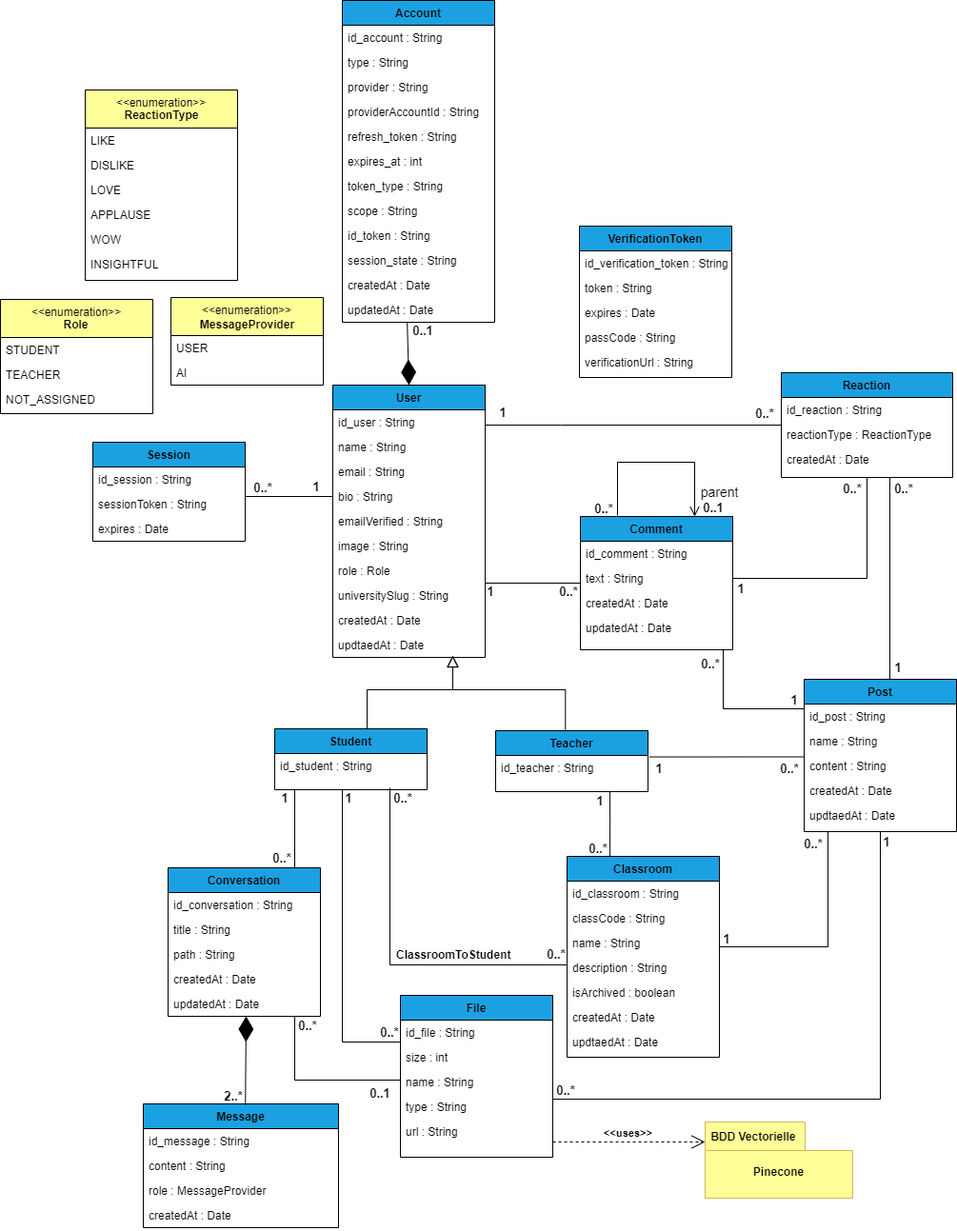
undrstnd-labs/education keeps this draw.io diagram as docs/images/chp4/fig6.png. Above is the earlier version. Source tidied: cells renumbered, new cells last; positions are measured from the earlier drawing's top-left corner, leaving out a move shared by most shapes.
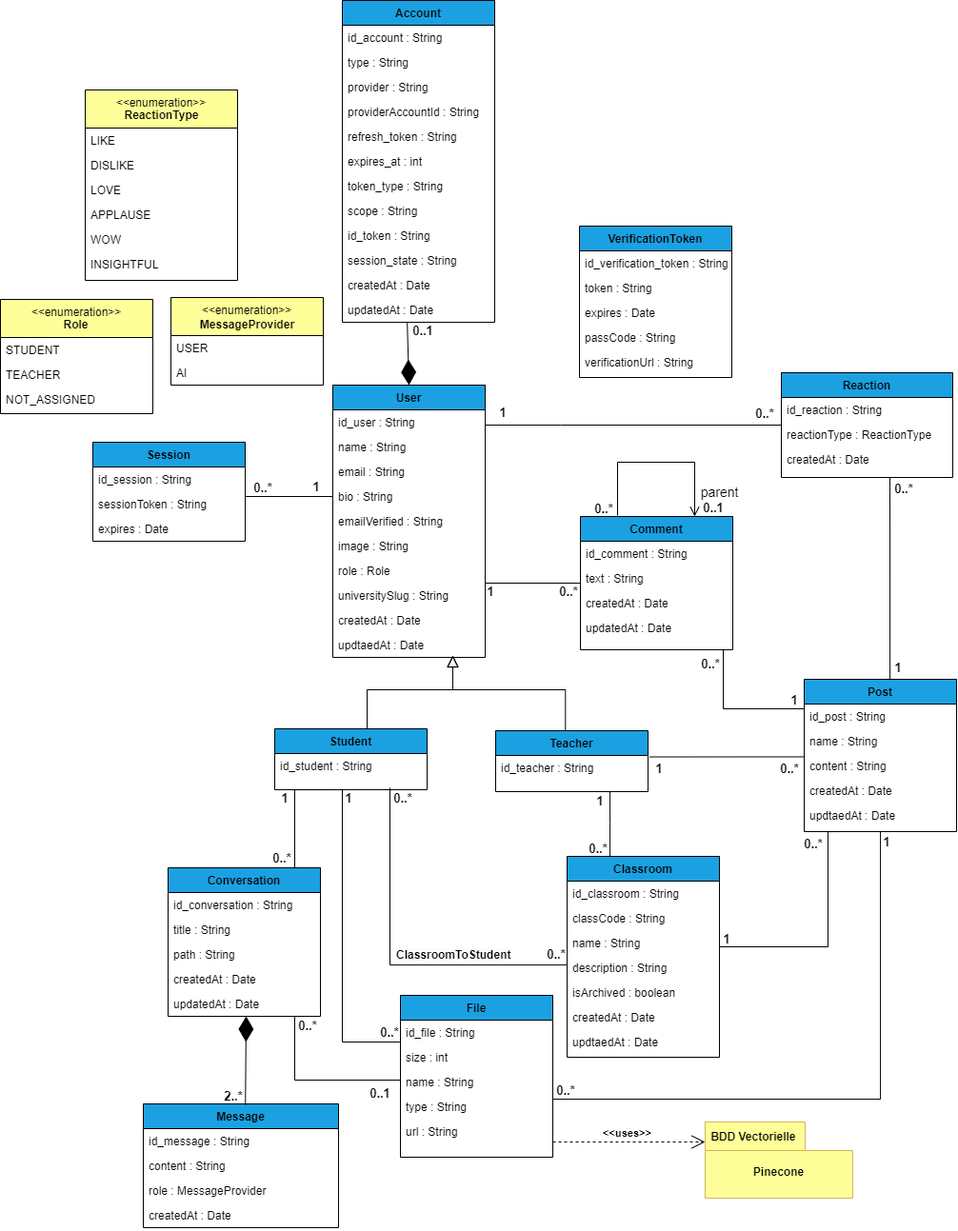
The same diagram one commit later.

Commit message:
:recycle:  Updated: MCD & Class Diagram

Change to the diagram source:
```diff
@@ -208,9 +208,6 @@
     <mxCell id="52" value="updatedAt : Date" style="text;align=left;verticalAlign=top;spacingLeft=4;spacingRight=4;overflow=hidden;" parent="48" vertex="1">
       <mxGeometry y="104" width="160" height="26" as="geometry" />
     </mxCell>
-    <mxCell id="53" style="edgeStyle=orthogonalEdgeStyle;rounded=0;jettySize=auto;html=1;endArrow=none;endFill=0;" parent="1" edge="1" source="55" target="50">
-      <mxGeometry relative="1" as="geometry" />
-    </mxCell>
     <mxCell id="54" style="edgeStyle=orthogonalEdgeStyle;rounded=0;jettySize=auto;html=1;endArrow=none;endFill=0;" parent="1" edge="1" source="55" target="2">
       <mxGeometry relative="1" as="geometry">
         <Array as="points">
@@ -354,9 +351,6 @@
     <mxCell id="96" value="0..*" style="text;strokeColor=none;fillColor=none;html=1;align=center;verticalAlign=middle;whiteSpace=wrap;rounded=0;fontSize=13;fontStyle=1;" parent="1" vertex="1">
       <mxGeometry x="716" y="685" width="60" height="24" as="geometry" />
     </mxCell>
-    <mxCell id="97" value="0..*" style="text;strokeColor=none;fillColor=none;html=1;align=center;verticalAlign=middle;whiteSpace=wrap;rounded=0;fontSize=13;fontStyle=1;" parent="1" vertex="1">
-      <mxGeometry x="865" y="501" width="60" height="24" as="geometry" />
-    </mxCell>
     <mxCell id="98" value="0..*" style="text;strokeColor=none;fillColor=none;html=1;align=center;verticalAlign=middle;whiteSpace=wrap;rounded=0;fontSize=13;fontStyle=1;" parent="1" vertex="1">
       <mxGeometry x="799" y="795" width="60" height="24" as="geometry" />
     </mxCell>
@@ -381,9 +375,6 @@
     <mxCell id="105" value="1" style="text;strokeColor=none;fillColor=none;html=1;align=center;verticalAlign=middle;whiteSpace=wrap;rounded=0;fontSize=13;fontStyle=1;" parent="1" vertex="1">
       <mxGeometry x="485" y="606" width="60" height="30" as="geometry" />
     </mxCell>
-    <mxCell id="106" value="1" style="text;strokeColor=none;fillColor=none;html=1;align=center;verticalAlign=middle;whiteSpace=wrap;rounded=0;fontSize=13;fontStyle=1;" parent="1" vertex="1">
-      <mxGeometry x="748" y="603" width="60" height="30" as="geometry" />
-    </mxCell>
     <mxCell id="107" value="1" style="text;strokeColor=none;fillColor=none;html=1;align=center;verticalAlign=middle;whiteSpace=wrap;rounded=0;fontSize=13;fontStyle=1;" parent="1" vertex="1">
       <mxGeometry x="662" y="792" width="60" height="30" as="geometry" />
     </mxCell>
```
